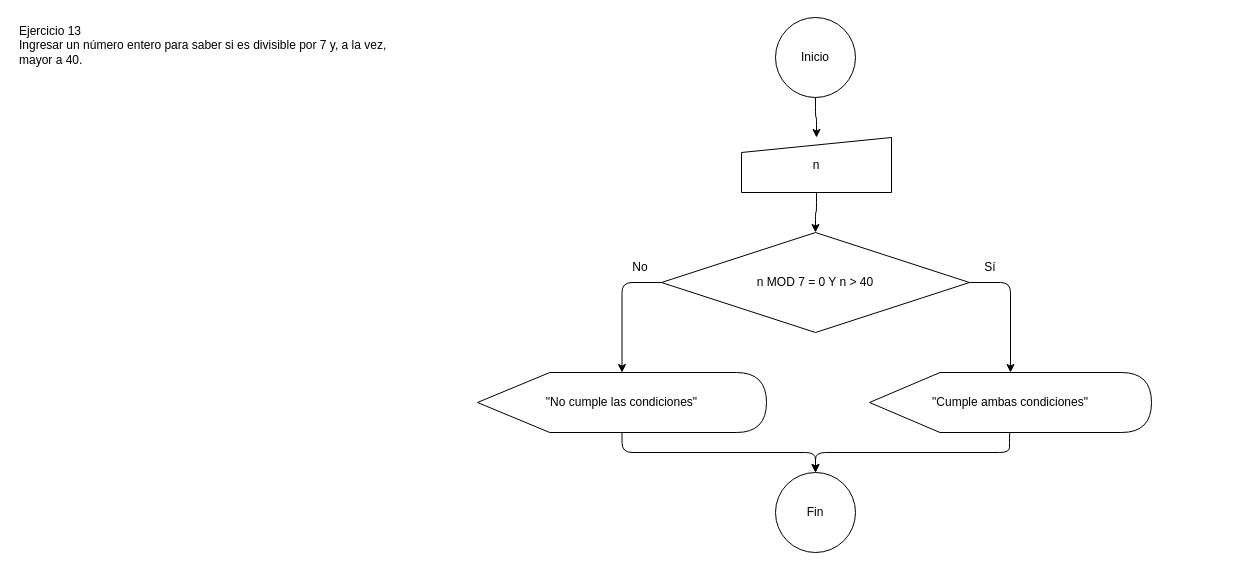
Above: DATOS Y ALGORITMOS/Practica/Diagramacion Logica/Parte 1/Ejercicio_13/diagrama.drawio in gonzalogiolitti/facultad-tcd (draw.io), before the change. Source tidied: cells renumbered, new cells numbered last; positions are measured from the earlier drawing's top-left corner, leaving out a move shared by most shapes. Both pictures are drawn from the tidied source at 100%, with x=0, y=0 at pixel (17, 17).
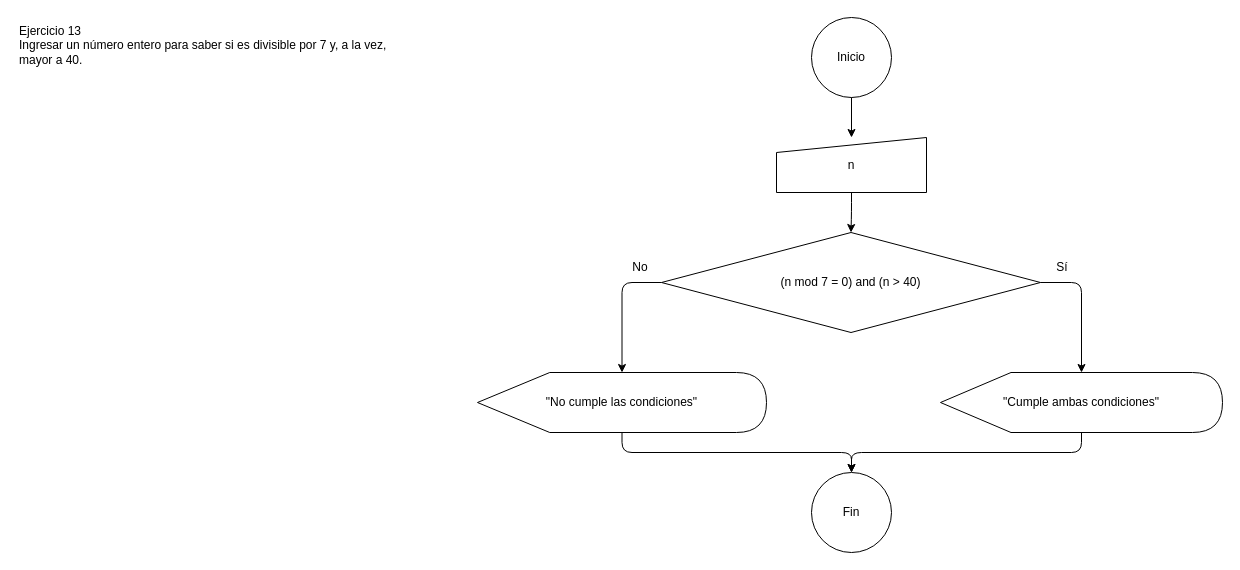
The same diagram, later.

The change refers to these unchanged cells:
```xml
<mxCell id="7" value="&quot;No cumple las condiciones&quot;" style="shape=display;whiteSpace=wrap;html=1;" parent="1" vertex="1">
  <mxGeometry x="460" y="355" width="289" height="60" as="geometry" />
</mxCell>
```

Diff of the diagram source:
```diff
@@
     <mxCell id="3" value="Inicio" style="ellipse;whiteSpace=wrap;html=1;" parent="1" vertex="1">
-      <mxGeometry x="758" width="80" height="80" as="geometry" />
+      <mxGeometry x="794" width="80" height="80" as="geometry" />
     </mxCell>
     <mxCell id="4" value="n" style="shape=manualInput;whiteSpace=wrap;html=1;size=15;" parent="1" vertex="1">
-      <mxGeometry x="724" y="120" width="150" height="55" as="geometry" />
+      <mxGeometry x="759" y="120" width="150" height="55" as="geometry" />
     </mxCell>
-    <mxCell id="5" value="n MOD 7 = 0 Y n &gt; 40" style="rhombus;whiteSpace=wrap;html=1;" parent="1" vertex="1">
-      <mxGeometry x="644" y="215" width="308" height="100" as="geometry" />
+    <mxCell id="5" value="(n mod 7 = 0) and (n &gt; 40)" style="rhombus;whiteSpace=wrap;html=1;" parent="1" vertex="1">
+      <mxGeometry x="644" y="215" width="379" height="100" as="geometry" />
     </mxCell>
     <mxCell id="6" value="&quot;Cumple ambas condiciones&quot;" style="shape=display;whiteSpace=wrap;html=1;" parent="1" vertex="1">
-      <mxGeometry x="852" y="355" width="282" height="60" as="geometry" />
+      <mxGeometry x="923" y="355" width="282" height="60" as="geometry" />
     </mxCell>
@@
     <mxCell id="8" value="Sí" style="text;html=1;strokeColor=none;fillColor=none;align=center;verticalAlign=middle;whiteSpace=wrap;" parent="1" vertex="1">
-      <mxGeometry x="958" y="239" width="30" height="22" as="geometry" />
+      <mxGeometry x="1030" y="239" width="30" height="22" as="geometry" />
     </mxCell>
@@
     <mxCell id="10" value="Fin" style="ellipse;whiteSpace=wrap;html=1;" parent="1" vertex="1">
-      <mxGeometry x="758" y="455" width="80" height="80" as="geometry" />
+      <mxGeometry x="794" y="455" width="80" height="80" as="geometry" />
     </mxCell>
@@
     <mxCell id="15" style="edgeStyle=orthogonalEdgeStyle;html=1;exitX=0.5;exitY=1;entryX=0.5;entryY=0;" parent="1" edge="1" source="6" target="10">
       <mxGeometry relative="1" as="geometry">
         <Array as="points">
-          <mxPoint x="992" y="435" />
-          <mxPoint x="798" y="435" />
+          <mxPoint x="1064" y="435" />
+          <mxPoint x="834" y="435" />
         </Array>
       </mxGeometry>
     </mxCell>
     <mxCell id="16" style="edgeStyle=orthogonalEdgeStyle;html=1;exitX=0.5;exitY=1;entryX=0.5;entryY=0;" parent="1" edge="1" source="7" target="10">
       <mxGeometry relative="1" as="geometry">
         <Array as="points">
           <mxPoint x="604" y="435" />
-          <mxPoint x="798" y="435" />
+          <mxPoint x="834" y="435" />
         </Array>
       </mxGeometry>
     </mxCell>
```
